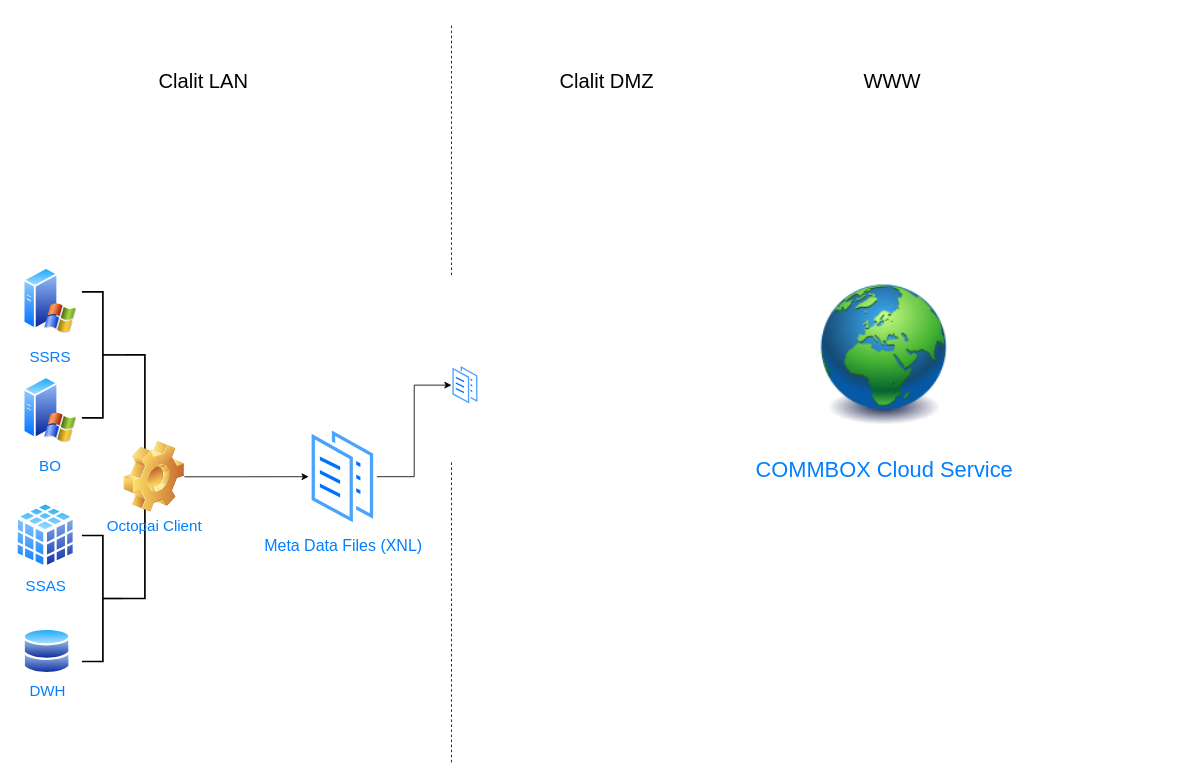
Earlier version of the draw.io diagram send_report_via_whatsapp.drawio (itaybaran/drawing). Source tidied: cells renumbered, new cells numbered last; positions are measured from the earlier drawing's top-left corner, leaving out a move shared by most shapes. Both pictures are drawn from the tidied source at 84%, with x=0, y=0 at pixel (14, 23).
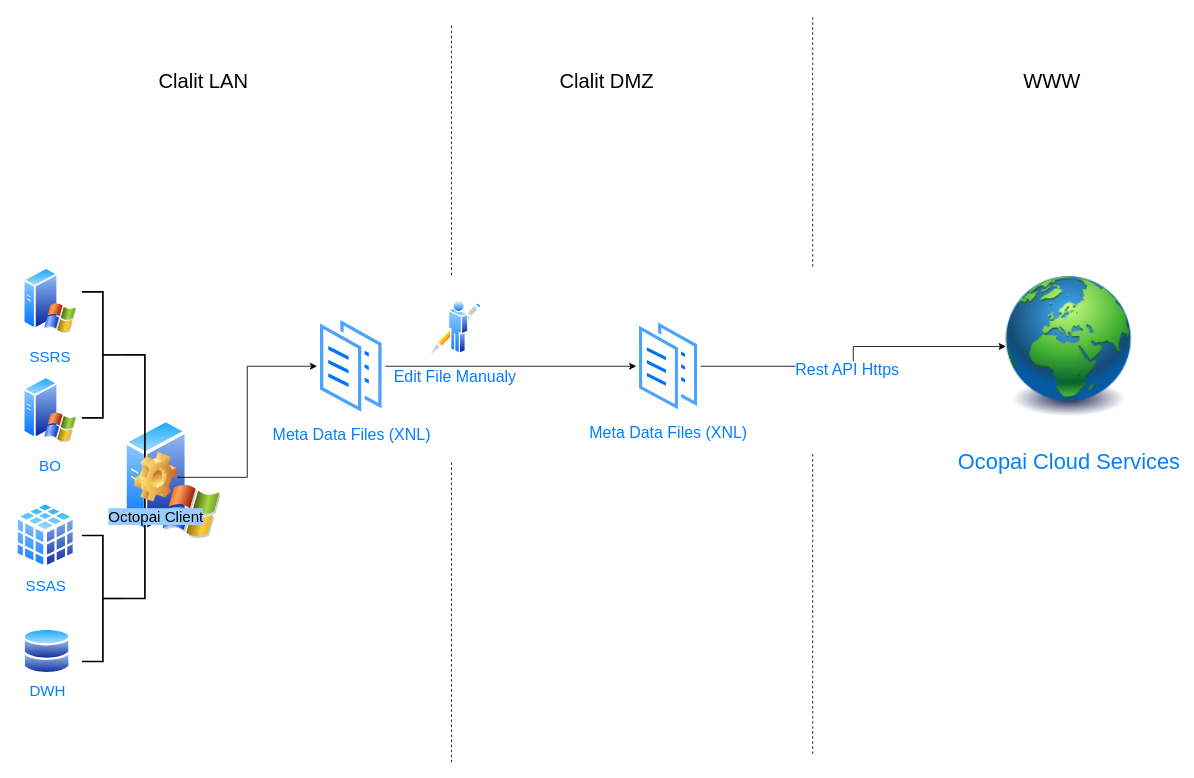
Above is the later version.

The edit, as a diff of the source:
```diff
@@
+    <mxCell id="20" style="perimeter=ellipsePerimeter;html=1;align=center;shadow=0;dashed=0;spacingTop=3;image;image=img/lib/active_directory/windows_server_2.svg;fontSize=19;fontColor=#007FFF;" parent="1" vertex="1">
+      <mxGeometry x="130" y="470" width="116" height="145" as="geometry" />
+    </mxCell>
@@
-    <mxCell id="4" value="&lt;font style=&quot;font-size: 26px&quot;&gt;COMMBOX Cloud Service&lt;/font&gt;" style="image;html=1;image=img/lib/clip_art/general/Earth_globe_128x128.png;strokeWidth=2;fontSize=12;fontColor=#007FFF;" parent="1" vertex="1">
-      <mxGeometry x="960" y="280" width="150" height="230" as="geometry" />
+    <mxCell id="4" value="&lt;font style=&quot;font-size: 26px&quot;&gt;Ocopai Cloud Services&lt;/font&gt;" style="image;html=1;image=img/lib/clip_art/general/Earth_globe_128x128.png;strokeWidth=2;fontSize=12;fontColor=#007FFF;" parent="1" vertex="1">
+      <mxGeometry x="1180" y="270" width="150" height="230" as="geometry" />
     </mxCell>
@@
     <mxCell id="8" value="&lt;font style=&quot;font-size: 24px&quot;&gt;WWW&lt;/font&gt;" style="text;html=1;strokeColor=none;fillColor=none;align=center;verticalAlign=middle;whiteSpace=wrap;rounded=0;" parent="1" vertex="1">
-      <mxGeometry x="980" y="60" width="130" height="20" as="geometry" />
+      <mxGeometry x="1170" y="60" width="130" height="20" as="geometry" />
     </mxCell>
+    <mxCell id="21" style="edgeStyle=orthogonalEdgeStyle;rounded=0;jettySize=auto;html=1;fontSize=19;fontColor=#007FFF;" parent="1" edge="1" source="9" target="4">
+      <mxGeometry relative="1" as="geometry" />
+    </mxCell>
+    <mxCell id="22" value="Rest API Https" style="edgeLabel;html=1;align=center;verticalAlign=middle;fontSize=19;fontColor=#007FFF;" parent="21" vertex="1">
+      <mxGeometry x="-0.1" y="-4" relative="1" as="geometry">
+        <mxPoint y="1" as="offset" />
+      </mxGeometry>
+    </mxCell>
-    <mxCell id="9" style="perimeter=ellipsePerimeter;html=1;align=center;shadow=0;dashed=0;spacingTop=3;image;image=img/lib/active_directory/documents.svg;" parent="1" vertex="1">
-      <mxGeometry x="520" y="406" width="33" height="50" as="geometry" />
+    <mxCell id="9" value="&lt;span style=&quot;color: rgb(0, 127, 255); font-size: 19px;&quot;&gt;Meta Data Files (XNL)&lt;/span&gt;" style="perimeter=ellipsePerimeter;html=1;align=center;shadow=0;dashed=0;spacingTop=3;image;image=img/lib/active_directory/documents.svg;" parent="1" vertex="1">
+      <mxGeometry x="740" y="350.5" width="76.6" height="116" as="geometry" />
     </mxCell>
@@
     <mxCell id="11" value="&lt;font color=&quot;#007fff&quot; style=&quot;font-size: 19px;&quot;&gt;Meta Data Files (XNL)&lt;/font&gt;" style="perimeter=ellipsePerimeter;html=1;align=center;shadow=0;dashed=0;spacingTop=3;image;image=img/lib/active_directory/documents.svg;" parent="1" vertex="1">
-      <mxGeometry x="350" y="478.5" width="81.2" height="123" as="geometry" />
+      <mxGeometry x="360" y="347" width="81.2" height="123" as="geometry" />
     </mxCell>
@@
-    <mxCell id="19" value="Octopai Client" style="shape=image;html=1;verticalLabelPosition=bottom;verticalAlign=top;imageAspect=1;image=img/clipart/Gear_128x128.png;fontSize=18;fontColor=#007FFF;" parent="1" vertex="1">
-      <mxGeometry x="130" y="497.8" width="72" height="84.5" as="geometry" />
+    <mxCell id="19" value="&lt;font style=&quot;background-color: rgb(153, 204, 255);&quot; color=&quot;#000000&quot;&gt;Octopai Client&lt;/font&gt;" style="shape=image;html=1;verticalLabelPosition=bottom;verticalAlign=top;imageAspect=1;image=img/clipart/Gear_128x128.png;fontSize=18;fontColor=#007FFF;" parent="1" vertex="1">
+      <mxGeometry x="143" y="511" width="50.7" height="59.5" as="geometry" />
     </mxCell>
+    <mxCell id="23" value="Edit File Manualy" style="perimeter=ellipsePerimeter;html=1;align=center;shadow=0;dashed=0;spacingTop=3;image;image=img/lib/active_directory/writer.svg;fontSize=19;fontColor=#007FFF;" parent="1" vertex="1">
+      <mxGeometry x="490" y="330" width="68" height="70.8" as="geometry" />
+    </mxCell>
+    <mxCell id="24" style="endArrow=none;dashed=1;html=1;" parent="1" edge="1">
+      <mxGeometry relative="1" as="geometry">
+        <mxPoint x="950" y="290" as="sourcePoint" />
+        <mxPoint x="950" y="-10" as="targetPoint" />
+      </mxGeometry>
+    </mxCell>
+    <mxCell id="25" style="endArrow=none;dashed=1;html=1;" parent="1" edge="1">
+      <mxGeometry relative="1" as="geometry">
+        <mxPoint x="950" y="870" as="sourcePoint" />
+        <mxPoint x="950" y="510" as="targetPoint" />
+      </mxGeometry>
+    </mxCell>
```
